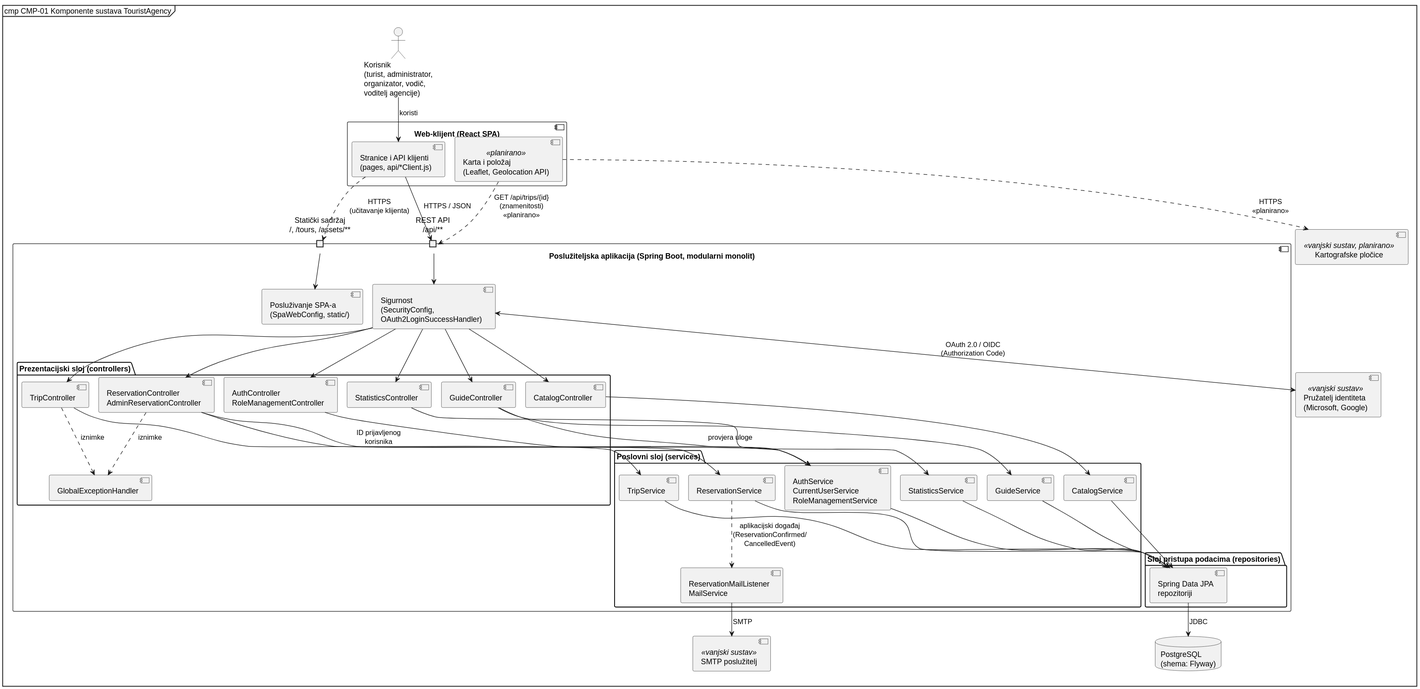
Above: docs/assets/diagrams/4-1-touristagency-system-CMP.svg in MatijaKovacic12/ProgiProjekt-11.4 (PlantUML), before the change.
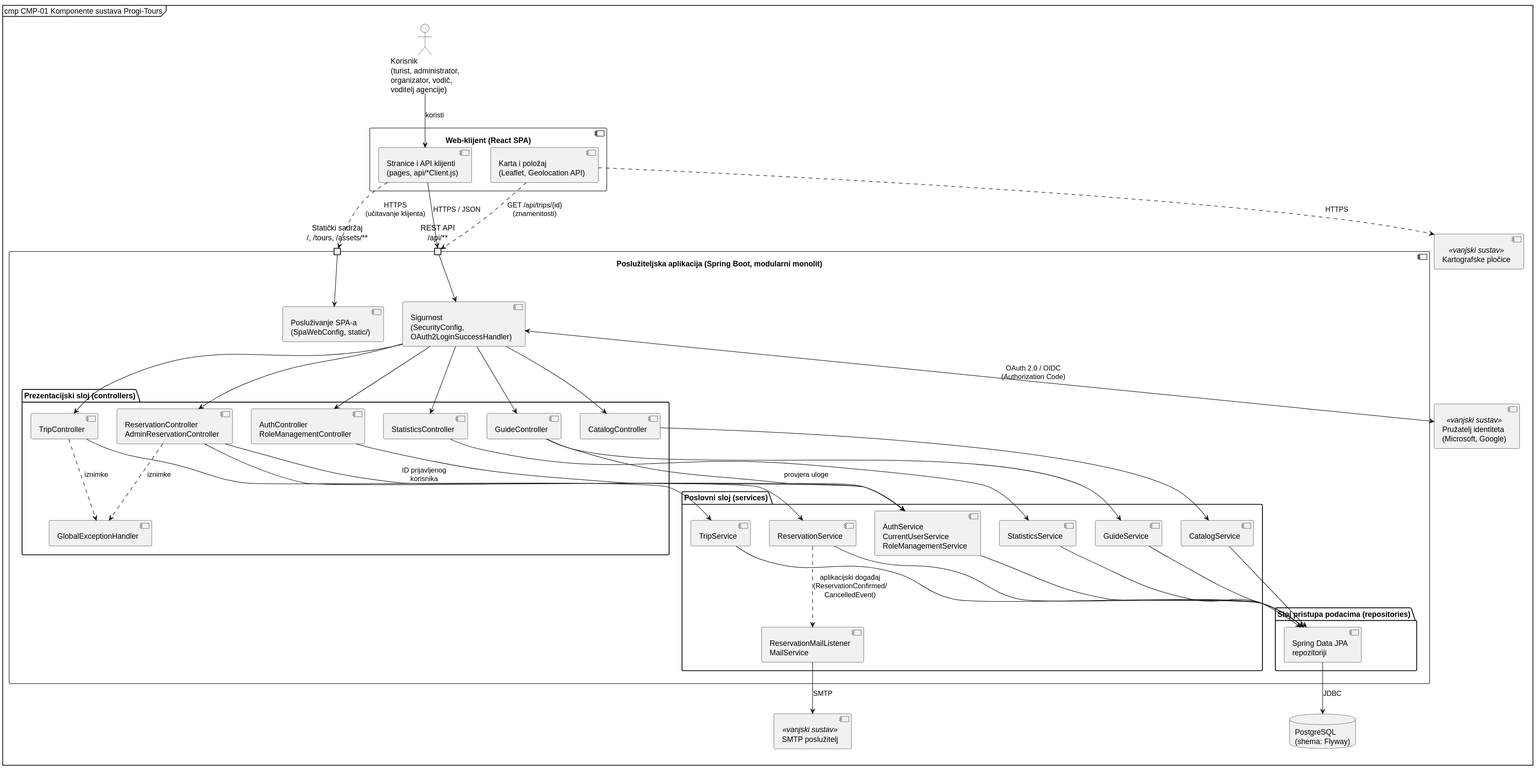
After the commit.

What changed in the source:
```diff
@@ -1,6 +1,5 @@
 @startuml
-!pragma layout smetana
-mainframe cmp CMP-01 Komponente sustava TouristAgency
+mainframe cmp CMP-01 Komponente sustava Progi-Tours
 skinparam shadowing false
 skinparam componentStyle uml2
 top to bottom direction
@@ -9,7 +8,7 @@
 
 component "Web-klijent (React SPA)" as Web {
   component "Stranice i API klijenti\n(pages, api/*Client.js)" as Pages
-  component "Karta i položaj\n(Leaflet, Geolocation API)" <<planirano>> as MapUi
+  component "Karta i položaj\n(Leaflet, Geolocation API)" as MapUi
 }
 
 component "Poslužiteljska aplikacija (Spring Boot, modularni monolit)" as App {
@@ -48,14 +47,14 @@
 
 component "Pružatelj identiteta\n(Microsoft, Google)" <<vanjski sustav>> as IdP
 component "SMTP poslužitelj" <<vanjski sustav>> as SMTP
-component "Kartografske pločice" <<vanjski sustav, planirano>> as Tiles
+component "Kartografske pločice" <<vanjski sustav>> as Tiles
 
 User --> Pages : koristi
 Pages --> Api : HTTPS / JSON
 Pages ..> Static : HTTPS\n(učitavanje klijenta)
 Static --> Spa
-MapUi ..> Tiles : HTTPS\n«planirano»
-MapUi ..> Api : GET /api/trips/{id}\n(znamenitosti)\n«planirano»
+MapUi ..> Tiles : HTTPS
+MapUi ..> Api : GET /api/trips/{id}\n(znamenitosti)
 
 Api --> Sec
 Sec <--> IdP : OAuth 2.0 / OIDC\n(Authorization Code)
```
